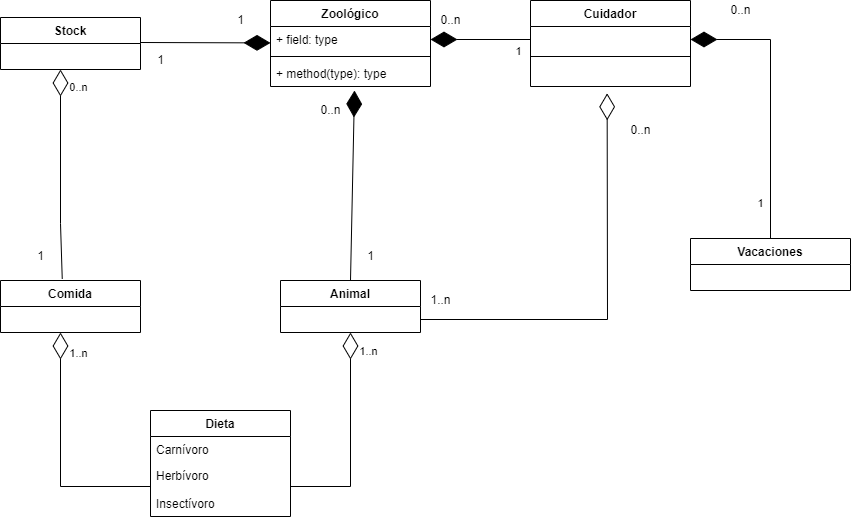
This is ejercicio5.png from MiguelGG03/ejercicios_mediante_uml_-grupos-, a draw.io export, as it was before one commit. Source tidied: cells renumbered, new cells last; positions are measured from the earlier drawing's top-left corner, leaving out a move shared by most shapes.
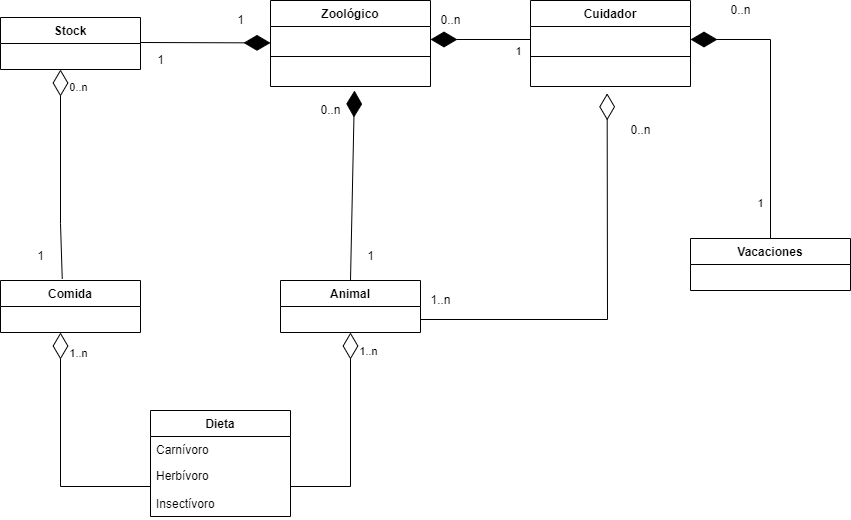
Above is the later version.

Change to the diagram source:
```diff
@@ -23,13 +23,13 @@
     <mxCell id="8" value="Zoológico" style="swimlane;fontStyle=1;align=center;verticalAlign=top;horizontal=1;startSize=26;strokeColor=#000000;" parent="1" vertex="1">
       <mxGeometry x="270" width="160" height="86" as="geometry" />
     </mxCell>
-    <mxCell id="9" value="+ field: type" style="text;strokeColor=none;fillColor=none;align=left;verticalAlign=top;spacingLeft=4;spacingRight=4;overflow=hidden;points=[[0,0.5],[1,0.5]];portConstraint=eastwest;" parent="8" vertex="1">
+    <mxCell id="9" value=" " style="text;strokeColor=none;fillColor=none;align=left;verticalAlign=top;spacingLeft=4;spacingRight=4;overflow=hidden;points=[[0,0.5],[1,0.5]];portConstraint=eastwest;" parent="8" vertex="1">
       <mxGeometry y="26" width="160" height="26" as="geometry" />
     </mxCell>
     <mxCell id="10" style="line;strokeWidth=1;fillColor=none;align=left;verticalAlign=middle;spacingTop=-1;spacingLeft=3;spacingRight=3;labelPosition=right;" parent="8" vertex="1">
       <mxGeometry y="52" width="160" height="8" as="geometry" />
     </mxCell>
-    <mxCell id="11" value="+ method(type): type" style="text;strokeColor=none;fillColor=none;align=left;verticalAlign=top;spacingLeft=4;spacingRight=4;overflow=hidden;" parent="8" vertex="1">
+    <mxCell id="11" value=" " style="text;strokeColor=none;fillColor=none;align=left;verticalAlign=top;spacingLeft=4;spacingRight=4;overflow=hidden;" parent="8" vertex="1">
       <mxGeometry y="60" width="160" height="26" as="geometry" />
     </mxCell>
     <mxCell id="12" value="Animal" style="swimlane;fontStyle=1;horizontal=1;startSize=26;fillColor=none;strokeColor=#000000;" parent="1" vertex="1">
```
